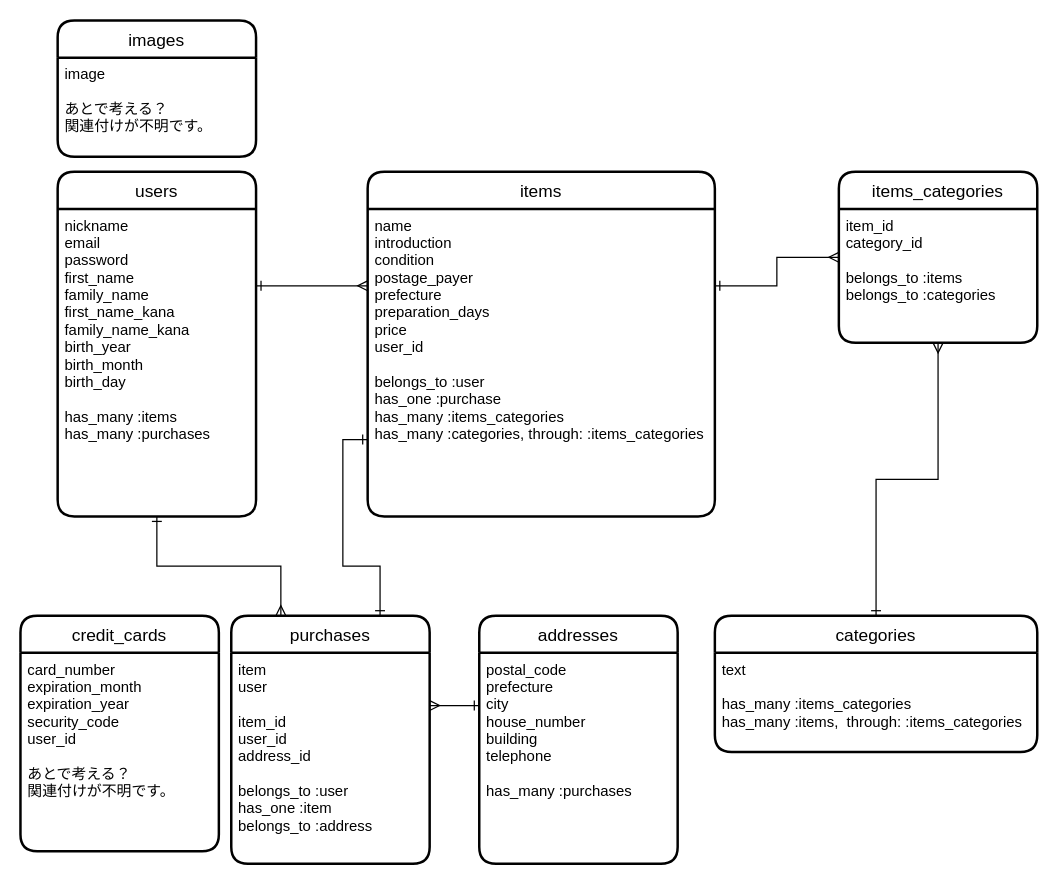
MitsuTurtle/furima-30323 keeps this draw.io diagram as ER.dio. Above is the earlier version. Source tidied: cells renumbered, new cells numbered last; positions are measured from the earlier drawing's top-left corner, leaving out a move shared by most shapes. Both pictures are drawn from the tidied source at 124%, with x=0, y=0 at pixel (20, 20).
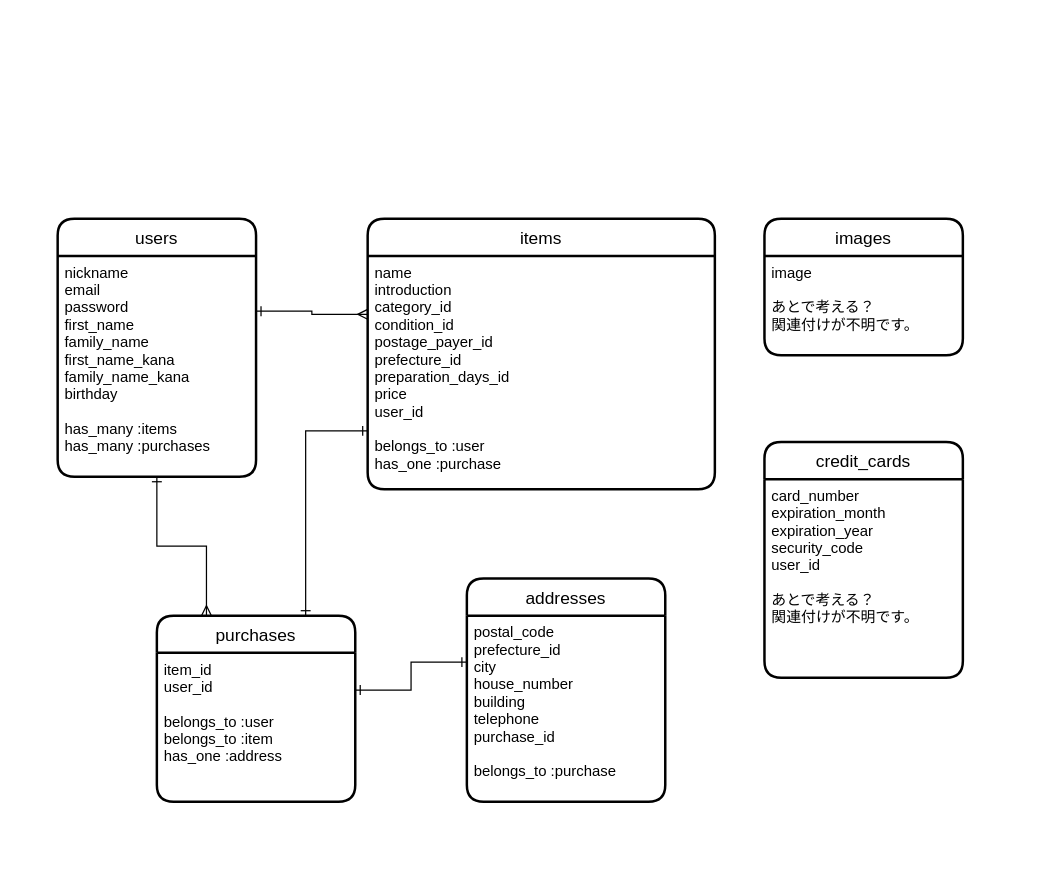
After the change.

Commit message (it also covers changes not shown here):
ER図とREADMEを修正

What changed in the source:
```diff
@@
-    <mxCell id="5" value="items_categories" style="swimlane;horizontal=1;startSize=30;rounded=1;fontSize=14;fontStyle=0;strokeWidth=2;shadow=0;dashed=0;align=center;" parent="1" vertex="1">
-      <mxGeometry x="660" y="122" width="160" height="138" as="geometry" />
-    </mxCell>
-    <mxCell id="6" value="item_id&#10;category_id&#10;&#10;belongs_to :items&#10;belongs_to :categories" style="align=left;strokeColor=none;fillColor=none;spacingLeft=4;fontSize=12;verticalAlign=top;" parent="5" vertex="1">
-      <mxGeometry y="30" width="160" height="108" as="geometry" />
-    </mxCell>
+    <mxCell id="9" style="edgeStyle=orthogonalEdgeStyle;rounded=0;jettySize=auto;html=1;exitX=0;exitY=0.25;exitDx=0;exitDy=0;entryX=1;entryY=0.25;entryDx=0;entryDy=0;startArrow=ERone;startFill=0;endArrow=ERone;endFill=0;" parent="1" edge="1" source="13" target="19">
+      <mxGeometry relative="1" as="geometry" />
+    </mxCell>
+    <mxCell id="18" value="purchases" style="swimlane;horizontal=1;startSize=30;rounded=1;fontSize=14;fontStyle=0;strokeWidth=2;shadow=0;dashed=0;align=center;" parent="1" vertex="1">
+      <mxGeometry x="110" y="480" width="160" height="150" as="geometry" />
+    </mxCell>
+    <mxCell id="19" value="item_id&#10;user_id&#10;&#10;belongs_to :user&#10;belongs_to :item&#10;has_one :address" style="align=left;strokeColor=none;fillColor=none;spacingLeft=4;fontSize=12;verticalAlign=top;" parent="18" vertex="1">
+      <mxGeometry y="30" width="160" height="120" as="geometry" />
+    </mxCell>
+    <mxCell id="12" value="addresses" style="swimlane;horizontal=1;startSize=30;rounded=1;fontSize=14;fontStyle=0;strokeWidth=2;shadow=0;dashed=0;align=center;" parent="1" vertex="1">
+      <mxGeometry x="360" y="450" width="160" height="180" as="geometry" />
+    </mxCell>
+    <mxCell id="13" value="postal_code&#10;prefecture_id&#10;city&#10;house_number&#10;building&#10;telephone&#10;purchase_id&#10;&#10;belongs_to :purchase" style="align=left;strokeColor=none;fillColor=none;spacingLeft=4;fontSize=12;verticalAlign=top;" parent="12" vertex="1">
+      <mxGeometry y="30" width="160" height="150" as="geometry" />
+    </mxCell>
     <mxCell id="7" value="users" style="swimlane;horizontal=1;startSize=30;rounded=1;fontSize=14;fontStyle=0;strokeWidth=2;shadow=0;dashed=0;align=center;" parent="1" vertex="1">
-      <mxGeometry x="30" y="122" width="160" height="278" as="geometry" />
+      <mxGeometry x="30" y="160" width="160" height="208" as="geometry" />
     </mxCell>
-    <mxCell id="8" value="nickname&#10;email&#10;password&#10;first_name&#10;family_name&#10;first_name_kana&#10;family_name_kana&#10;birth_year&#10;birth_month&#10;birth_day&#10;&#10;has_many :items&#10;has_many :purchases" style="align=left;strokeColor=none;fillColor=none;spacingLeft=4;fontSize=12;verticalAlign=top;" parent="7" vertex="1">
-      <mxGeometry y="30" width="160" height="248" as="geometry" />
+    <mxCell id="8" value="nickname&#10;email&#10;password&#10;first_name&#10;family_name&#10;first_name_kana&#10;family_name_kana&#10;birthday&#10;&#10;has_many :items&#10;has_many :purchases" style="align=left;strokeColor=none;fillColor=none;spacingLeft=4;fontSize=12;verticalAlign=top;" parent="7" vertex="1">
+      <mxGeometry y="30" width="160" height="178" as="geometry" />
     </mxCell>
-    <mxCell id="9" style="edgeStyle=orthogonalEdgeStyle;rounded=0;jettySize=auto;html=1;exitX=0;exitY=0.25;exitDx=0;exitDy=0;entryX=1;entryY=0.25;entryDx=0;entryDy=0;startArrow=ERone;startFill=0;endArrow=ERmany;endFill=0;" parent="1" edge="1" source="13" target="19">
-      <mxGeometry relative="1" as="geometry" />
-    </mxCell>
-    <mxCell id="10" style="edgeStyle=orthogonalEdgeStyle;rounded=0;jettySize=auto;html=1;exitX=0.5;exitY=0;exitDx=0;exitDy=0;entryX=0.5;entryY=1;entryDx=0;entryDy=0;startArrow=ERone;startFill=0;endArrow=ERmany;endFill=0;" parent="1" edge="1" source="16" target="6">
-      <mxGeometry relative="1" as="geometry" />
-    </mxCell>
-    <mxCell id="11" style="edgeStyle=orthogonalEdgeStyle;rounded=0;jettySize=auto;html=1;exitX=1;exitY=0.25;exitDx=0;exitDy=0;entryX=0;entryY=0.5;entryDx=0;entryDy=0;startArrow=ERone;startFill=0;endArrow=ERmany;endFill=0;" parent="1" edge="1" source="15" target="5">
-      <mxGeometry relative="1" as="geometry" />
-    </mxCell>
-    <mxCell id="12" value="addresses" style="swimlane;horizontal=1;startSize=30;rounded=1;fontSize=14;fontStyle=0;strokeWidth=2;shadow=0;dashed=0;align=center;" parent="1" vertex="1">
-      <mxGeometry x="370" y="480" width="160" height="200" as="geometry" />
-    </mxCell>
-    <mxCell id="13" value="postal_code&#10;prefecture&#10;city&#10;house_number&#10;building&#10;telephone&#10;&#10;has_many :purchases" style="align=left;strokeColor=none;fillColor=none;spacingLeft=4;fontSize=12;verticalAlign=top;" parent="12" vertex="1">
-      <mxGeometry y="30" width="160" height="170" as="geometry" />
-    </mxCell>
     <mxCell id="14" value="items" style="swimlane;horizontal=1;startSize=30;rounded=1;fontSize=14;fontStyle=0;strokeWidth=2;shadow=0;dashed=0;align=center;" parent="1" vertex="1">
-      <mxGeometry x="280" y="122" width="280" height="278" as="geometry" />
+      <mxGeometry x="280" y="160" width="280" height="218" as="geometry" />
     </mxCell>
-    <mxCell id="15" value="name&#10;introduction&#10;condition&#10;postage_payer&#10;prefecture&#10;preparation_days&#10;price&#10;user_id&#10;&#10;belongs_to :user&#10;has_one :purchase&#10;has_many :items_categories&#10;has_many :categories, through: :items_categories" style="align=left;strokeColor=none;fillColor=none;spacingLeft=4;fontSize=12;verticalAlign=top;" parent="14" vertex="1">
-      <mxGeometry y="30" width="280" height="248" as="geometry" />
+    <mxCell id="15" value="name&#10;introduction&#10;category_id&#10;condition_id&#10;postage_payer_id&#10;prefecture_id&#10;preparation_days_id&#10;price&#10;user_id&#10;&#10;belongs_to :user&#10;has_one :purchase" style="align=left;strokeColor=none;fillColor=none;spacingLeft=4;fontSize=12;verticalAlign=top;" parent="14" vertex="1">
+      <mxGeometry y="30" width="280" height="188" as="geometry" />
     </mxCell>
-    <mxCell id="16" value="categories" style="swimlane;horizontal=1;startSize=30;rounded=1;fontSize=14;fontStyle=0;strokeWidth=2;shadow=0;dashed=0;align=center;" parent="1" vertex="1">
-      <mxGeometry x="560" y="480" width="260" height="110" as="geometry" />
-    </mxCell>
-    <mxCell id="17" value="text&#10;&#10;has_many :items_categories&#10;has_many :items,  through: :items_categories" style="align=left;strokeColor=none;fillColor=none;spacingLeft=4;fontSize=12;verticalAlign=top;" parent="16" vertex="1">
-      <mxGeometry y="30" width="260" height="80" as="geometry" />
-    </mxCell>
-    <mxCell id="18" value="purchases" style="swimlane;horizontal=1;startSize=30;rounded=1;fontSize=14;fontStyle=0;strokeWidth=2;shadow=0;dashed=0;align=center;" parent="1" vertex="1">
-      <mxGeometry x="170" y="480" width="160" height="200" as="geometry" />
-    </mxCell>
-    <mxCell id="19" value="item&#10;user&#10;&#10;item_id&#10;user_id&#10;address_id&#10;&#10;belongs_to :user&#10;has_one :item&#10;belongs_to :address" style="align=left;strokeColor=none;fillColor=none;spacingLeft=4;fontSize=12;verticalAlign=top;" parent="18" vertex="1">
-      <mxGeometry y="30" width="160" height="170" as="geometry" />
-    </mxCell>
     <mxCell id="20" value="credit_cards" style="swimlane;horizontal=1;startSize=30;rounded=1;fontSize=14;fontStyle=0;strokeWidth=2;shadow=0;dashed=0;align=center;" parent="1" vertex="1">
-      <mxGeometry y="480" width="160" height="190" as="geometry" />
+      <mxGeometry x="600" y="340" width="160" height="190" as="geometry" />
     </mxCell>
@@
     <mxCell id="22" value="images" style="swimlane;horizontal=1;startSize=30;rounded=1;fontSize=14;fontStyle=0;strokeWidth=2;shadow=0;dashed=0;align=center;" parent="1" vertex="1">
-      <mxGeometry x="30" width="160" height="110" as="geometry" />
+      <mxGeometry x="600" y="160" width="160" height="110" as="geometry" />
     </mxCell>
```
